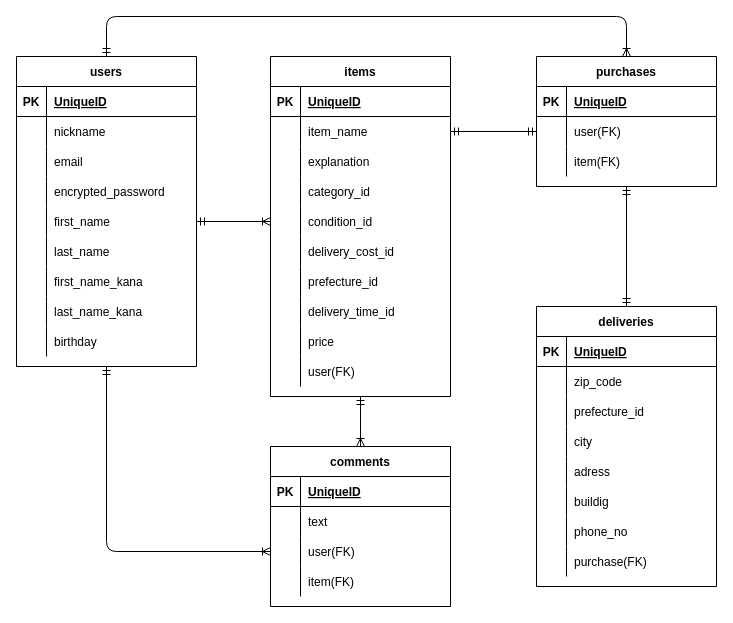
Before: database.dio in mmhm416/furima-34328, a draw.io diagram. Source tidied: cells renumbered, new cells numbered last; positions are measured from the earlier drawing's top-left corner, leaving out a move shared by most shapes. Both pictures are drawn from the tidied source at 100%, with x=0, y=0 at pixel (16, 16).
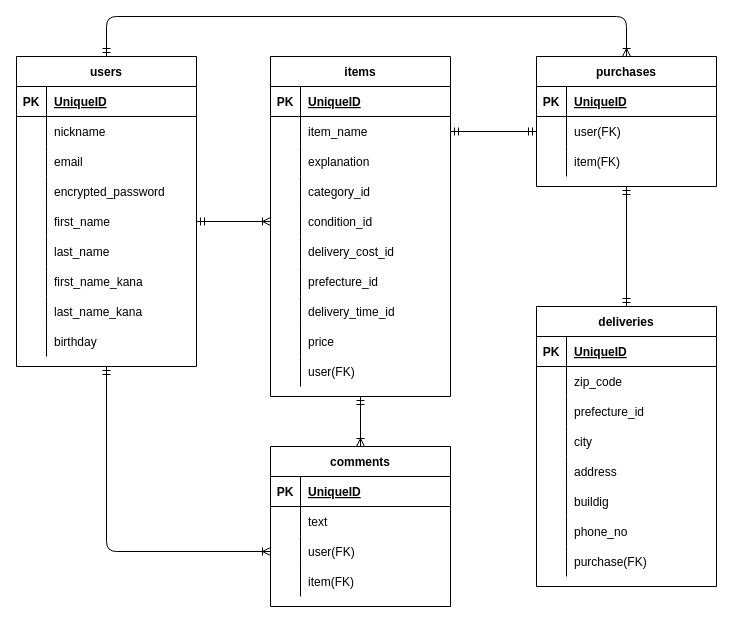
The same page after the edit.

Unchanged cells that the change refers to:
```xml
<mxCell id="87" style="shape=partialRectangle;fillColor=none;top=0;left=0;bottom=0;right=0;" parent="74" vertex="1">
  <mxGeometry y="150" width="180" height="30" as="geometry" />
</mxCell>
```

Change to the diagram source:
```diff
@@
-    <mxCell id="89" value="adress" style="shape=partialRectangle;fillColor=none;top=0;left=0;bottom=0;right=0;align=left;spacingLeft=6;overflow=hidden;" parent="87" vertex="1">
+    <mxCell id="89" value="address" style="shape=partialRectangle;fillColor=none;top=0;left=0;bottom=0;right=0;align=left;spacingLeft=6;overflow=hidden;" parent="87" vertex="1">
       <mxGeometry x="30" width="150" height="30" as="geometry" />
     </mxCell>
```
